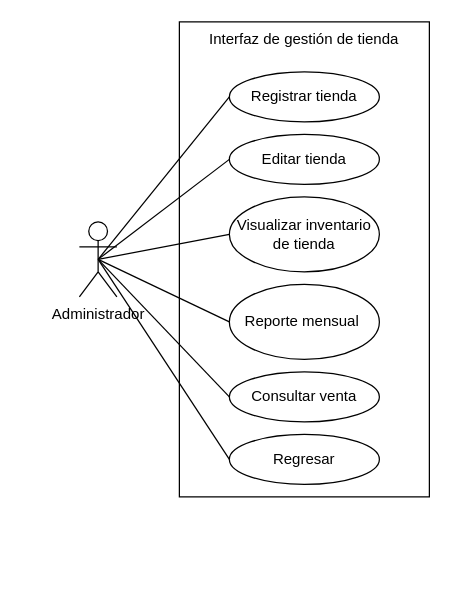
Ovills/analisis keeps this draw.io diagram as gestion tienda.drawio. Above is the earlier version. Source tidied: cells renumbered, new cells numbered last; positions are measured from the earlier drawing's top-left corner, leaving out a move shared by most shapes. Both pictures are drawn from the tidied source at 125%, with x=0, y=0 at pixel (79, 21).
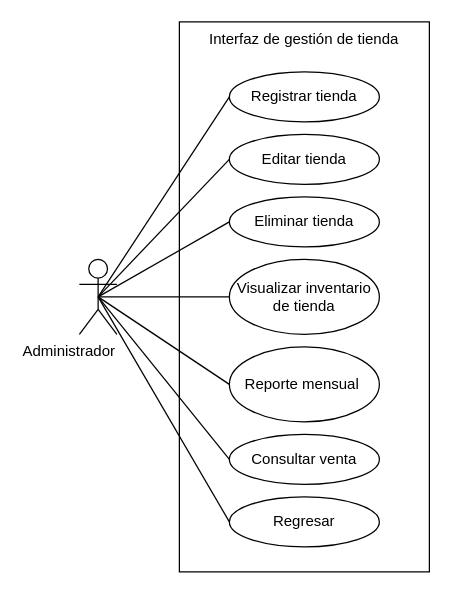
The same page after the edit.

Change to the diagram source:
```diff
@@
 <mxGraphModel>
   <root>
     <mxCell id="0" />
     <mxCell id="1" parent="0" />
-    <mxCell id="2" value="Administrador" style="shape=umlActor;verticalLabelPosition=bottom;verticalAlign=top;html=1;outlineConnect=0;fillColor=none;align=center;" parent="1" vertex="1">
-      <mxGeometry y="160" width="30" height="60" as="geometry" />
+    <mxCell id="2" value="Administrador" style="shape=umlActor;verticalLabelPosition=bottom;verticalAlign=top;html=1;outlineConnect=0;fillColor=none;align=right;" parent="1" vertex="1">
+      <mxGeometry y="190" width="30" height="60" as="geometry" />
     </mxCell>
     <mxCell id="3" value="Interfaz de gestión de tienda" style="rounded=0;whiteSpace=wrap;html=1;fillColor=none;verticalAlign=top;" parent="1" vertex="1">
-      <mxGeometry x="80" width="200" height="380" as="geometry" />
+      <mxGeometry x="80" width="200" height="440" as="geometry" />
     </mxCell>
     <mxCell id="4" value="Editar tienda" style="ellipse;whiteSpace=wrap;html=1;fillColor=none;" parent="1" vertex="1">
       <mxGeometry x="120" y="90" width="120" height="40" as="geometry" />
     </mxCell>
     <mxCell id="5" value="Registrar tienda" style="ellipse;whiteSpace=wrap;html=1;fillColor=none;" parent="1" vertex="1">
       <mxGeometry x="120" y="40" width="120" height="40" as="geometry" />
     </mxCell>
     <mxCell id="6" value="Visualizar inventario de tienda" style="ellipse;whiteSpace=wrap;html=1;fillColor=none;verticalAlign=middle;" parent="1" vertex="1">
-      <mxGeometry x="120" y="140" width="120" height="60" as="geometry" />
+      <mxGeometry x="120" y="190" width="120" height="60" as="geometry" />
     </mxCell>
     <mxCell id="7" value="Reporte mensual&amp;nbsp;" style="ellipse;whiteSpace=wrap;html=1;fillColor=none;" parent="1" vertex="1">
-      <mxGeometry x="120" y="210" width="120" height="60" as="geometry" />
+      <mxGeometry x="120" y="260" width="120" height="60" as="geometry" />
     </mxCell>
     <mxCell id="8" value="Consultar venta" style="ellipse;whiteSpace=wrap;html=1;fillColor=none;" parent="1" vertex="1">
-      <mxGeometry x="120" y="280" width="120" height="40" as="geometry" />
+      <mxGeometry x="120" y="330" width="120" height="40" as="geometry" />
     </mxCell>
     <mxCell id="9" value="Regresar" style="ellipse;whiteSpace=wrap;html=1;fillColor=none;" parent="1" vertex="1">
-      <mxGeometry x="120" y="330" width="120" height="40" as="geometry" />
+      <mxGeometry x="120" y="380" width="120" height="40" as="geometry" />
     </mxCell>
     <mxCell id="10" style="endArrow=none;html=1;rounded=0;exitX=0.5;exitY=0.5;exitDx=0;exitDy=0;exitPerimeter=0;entryX=0;entryY=0.5;entryDx=0;entryDy=0;" parent="1" edge="1" source="2" target="5">
       <mxGeometry relative="1" as="geometry" />
     </mxCell>
     <mxCell id="11" style="endArrow=none;html=1;rounded=0;exitX=0.5;exitY=0.5;exitDx=0;exitDy=0;exitPerimeter=0;entryX=0;entryY=0.5;entryDx=0;entryDy=0;" parent="1" edge="1" source="2" target="4">
       <mxGeometry relative="1" as="geometry" />
     </mxCell>
     <mxCell id="12" style="endArrow=none;html=1;rounded=0;exitX=0.5;exitY=0.5;exitDx=0;exitDy=0;exitPerimeter=0;entryX=0;entryY=0.5;entryDx=0;entryDy=0;" parent="1" edge="1" source="2" target="6">
       <mxGeometry relative="1" as="geometry" />
     </mxCell>
     <mxCell id="13" style="endArrow=none;html=1;rounded=0;exitX=0.5;exitY=0.5;exitDx=0;exitDy=0;exitPerimeter=0;entryX=0;entryY=0.5;entryDx=0;entryDy=0;" parent="1" edge="1" source="2" target="7">
       <mxGeometry relative="1" as="geometry" />
     </mxCell>
     <mxCell id="14" style="endArrow=none;html=1;rounded=0;exitX=0.5;exitY=0.5;exitDx=0;exitDy=0;exitPerimeter=0;entryX=0;entryY=0.5;entryDx=0;entryDy=0;" parent="1" edge="1" source="2" target="8">
       <mxGeometry relative="1" as="geometry" />
     </mxCell>
     <mxCell id="15" style="endArrow=none;html=1;rounded=0;exitX=0.5;exitY=0.5;exitDx=0;exitDy=0;exitPerimeter=0;entryX=0;entryY=0.5;entryDx=0;entryDy=0;" parent="1" edge="1" source="2" target="9">
       <mxGeometry relative="1" as="geometry" />
     </mxCell>
+    <mxCell id="16" value="Eliminar tienda" style="ellipse;whiteSpace=wrap;html=1;fillColor=none;" parent="1" vertex="1">
+      <mxGeometry x="120" y="140" width="120" height="40" as="geometry" />
+    </mxCell>
+    <mxCell id="17" style="endArrow=none;html=1;rounded=0;exitX=0.5;exitY=0.5;exitDx=0;exitDy=0;exitPerimeter=0;entryX=0;entryY=0.5;entryDx=0;entryDy=0;" parent="1" edge="1" source="2" target="16">
+      <mxGeometry relative="1" as="geometry" />
+    </mxCell>
   </root>
 </mxGraphModel>
```
